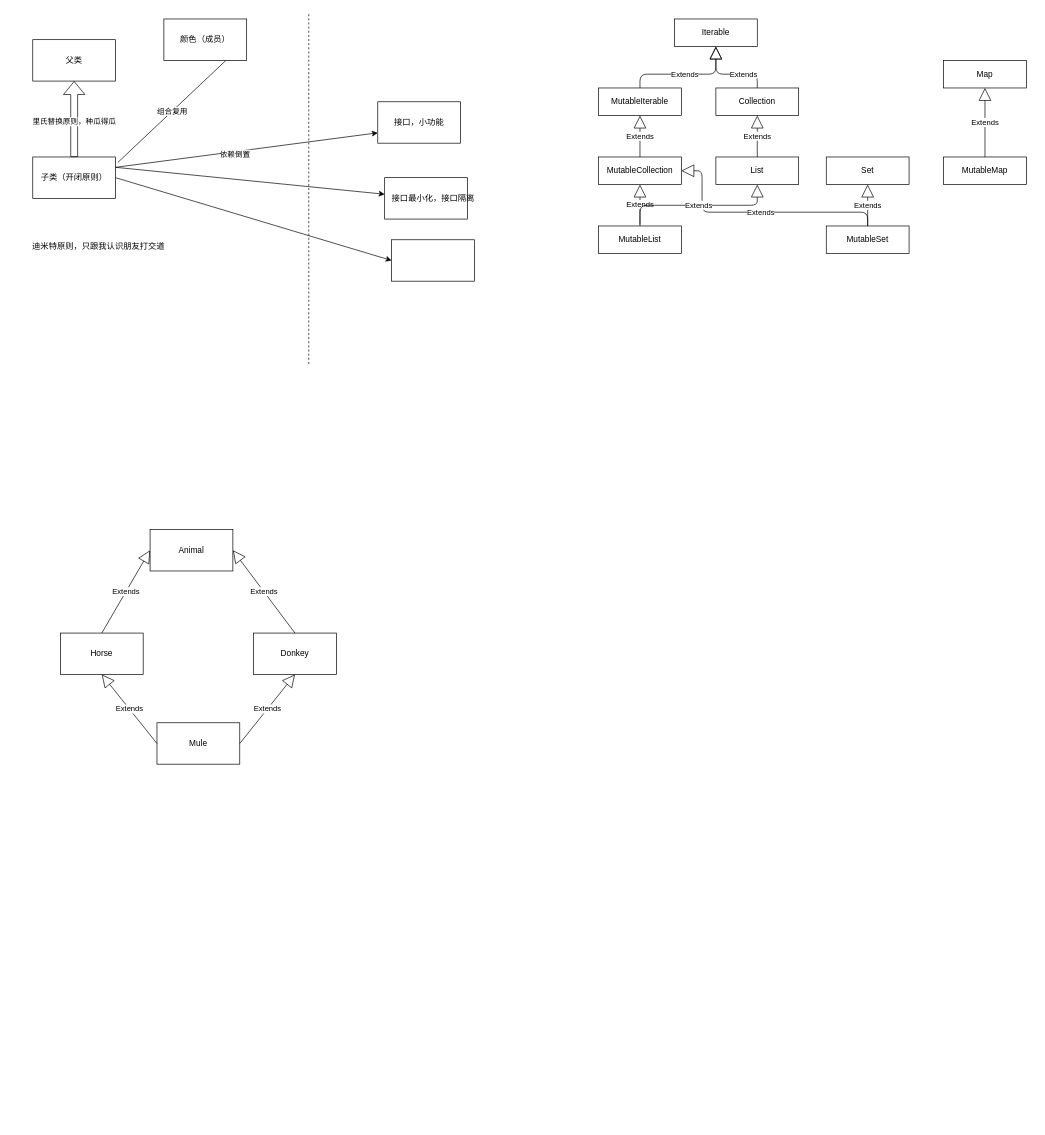
This is page "设计原则" (4 of 8) of docs/android_架构.drawio from zcwfeng/zcw_android_demo, a draw.io file, before an edit. Source tidied: cells renumbered, new cells numbered last; positions are measured from the earlier drawing's top-left corner, leaving out a move shared by most shapes. Both pictures are drawn from the tidied source at 69%, with x=0, y=0 at pixel (26, 12).
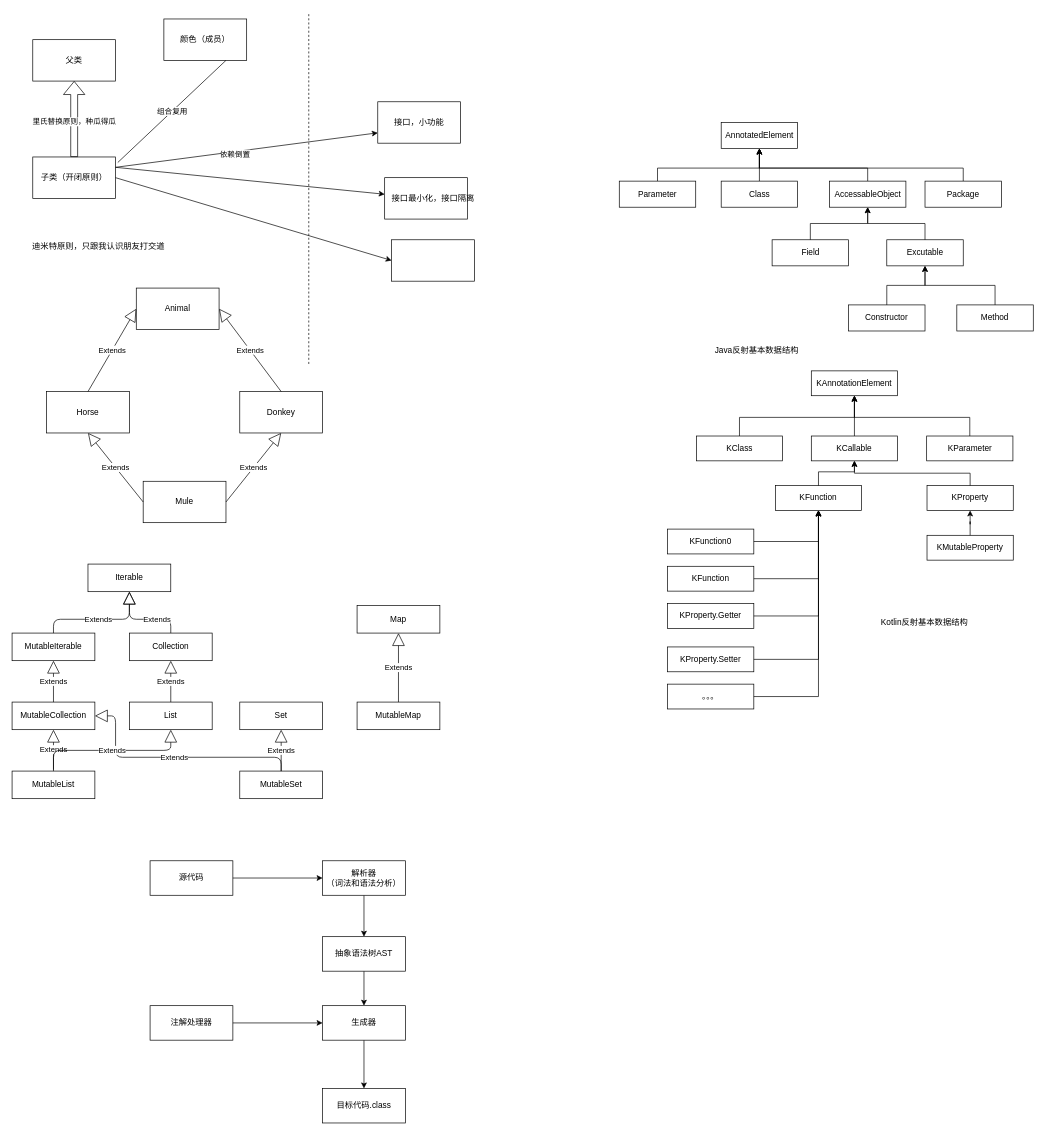
The same page after the edit.

Change to the diagram source:
```diff
@@
     <mxCell id="18" style="group;" parent="1" vertex="1">
-      <mxGeometry x="50" y="750" width="400" height="340" as="geometry" />
+      <mxGeometry x="30" y="400" width="400" height="340" as="geometry" />
     </mxCell>
@@
     <mxCell id="27" style="group;" parent="1" vertex="1">
-      <mxGeometry x="830" y="10" width="620" height="340" as="geometry" />
+      <mxGeometry x="-20" y="800" width="620" height="340" as="geometry" />
     </mxCell>
@@
+    <mxCell id="47" style="group;" parent="1" vertex="1">
+      <mxGeometry x="860" y="160" width="600" height="340" as="geometry" />
+    </mxCell>
+    <mxCell id="48" value="AnnotatedElement" style="rounded=0;whiteSpace=wrap;html=1;" parent="47" vertex="1">
+      <mxGeometry x="147.7" width="110.8" height="37.8" as="geometry" />
+    </mxCell>
+    <mxCell id="49" style="edgeStyle=orthogonalEdgeStyle;rounded=0;jettySize=auto;html=1;entryX=0.5;entryY=1;entryDx=0;entryDy=0;" parent="47" edge="1" source="50" target="48">
+      <mxGeometry relative="1" as="geometry">
+        <Array as="points">
+          <mxPoint x="55.4" y="66.1" />
+          <mxPoint x="203.1" y="66.1" />
+        </Array>
+      </mxGeometry>
+    </mxCell>
+    <mxCell id="50" value="Parameter" style="rounded=0;whiteSpace=wrap;html=1;" parent="47" vertex="1">
+      <mxGeometry y="85" width="110.8" height="37.8" as="geometry" />
+    </mxCell>
+    <mxCell id="51" value="Method" style="rounded=0;whiteSpace=wrap;html=1;" parent="47" vertex="1">
+      <mxGeometry x="489.2" y="264.4" width="110.8" height="37.8" as="geometry" />
+    </mxCell>
+    <mxCell id="52" value="Constructor" style="rounded=0;whiteSpace=wrap;html=1;" parent="47" vertex="1">
+      <mxGeometry x="332.3" y="264.4" width="110.8" height="37.8" as="geometry" />
+    </mxCell>
+    <mxCell id="53" value="Excutable" style="rounded=0;whiteSpace=wrap;html=1;" parent="47" vertex="1">
+      <mxGeometry x="387.7" y="170" width="110.8" height="37.8" as="geometry" />
+    </mxCell>
+    <mxCell id="54" style="edgeStyle=orthogonalEdgeStyle;rounded=0;jettySize=auto;html=1;entryX=0.5;entryY=1;entryDx=0;entryDy=0;" parent="47" edge="1" source="51" target="53">
+      <mxGeometry relative="1" as="geometry" />
+    </mxCell>
+    <mxCell id="55" style="edgeStyle=orthogonalEdgeStyle;rounded=0;jettySize=auto;html=1;entryX=0.5;entryY=1;entryDx=0;entryDy=0;" parent="47" edge="1" source="52" target="53">
+      <mxGeometry relative="1" as="geometry" />
+    </mxCell>
+    <mxCell id="56" value="Field" style="rounded=0;whiteSpace=wrap;html=1;" parent="47" vertex="1">
+      <mxGeometry x="221.5" y="170" width="110.8" height="37.8" as="geometry" />
+    </mxCell>
+    <mxCell id="57" style="edgeStyle=orthogonalEdgeStyle;rounded=0;jettySize=auto;html=1;entryX=0.5;entryY=1;entryDx=0;entryDy=0;" parent="47" edge="1" source="58" target="48">
+      <mxGeometry relative="1" as="geometry">
+        <Array as="points">
+          <mxPoint x="498.5" y="66.1" />
+          <mxPoint x="203.1" y="66.1" />
+        </Array>
+      </mxGeometry>
+    </mxCell>
+    <mxCell id="58" value="Package" style="rounded=0;whiteSpace=wrap;html=1;" parent="47" vertex="1">
+      <mxGeometry x="443.1" y="85" width="110.8" height="37.8" as="geometry" />
+    </mxCell>
+    <mxCell id="59" style="edgeStyle=orthogonalEdgeStyle;rounded=0;jettySize=auto;html=1;entryX=0.5;entryY=1;entryDx=0;entryDy=0;" parent="47" edge="1" source="60" target="48">
+      <mxGeometry relative="1" as="geometry">
+        <Array as="points">
+          <mxPoint x="360" y="66.1" />
+          <mxPoint x="203.1" y="66.1" />
+        </Array>
+      </mxGeometry>
+    </mxCell>
+    <mxCell id="60" value="AccessableObject" style="rounded=0;whiteSpace=wrap;html=1;" parent="47" vertex="1">
+      <mxGeometry x="304.6" y="85" width="110.8" height="37.8" as="geometry" />
+    </mxCell>
+    <mxCell id="61" style="edgeStyle=orthogonalEdgeStyle;rounded=0;jettySize=auto;html=1;entryX=0.5;entryY=1;entryDx=0;entryDy=0;" parent="47" edge="1" source="53" target="60">
+      <mxGeometry relative="1" as="geometry" />
+    </mxCell>
+    <mxCell id="62" style="edgeStyle=orthogonalEdgeStyle;rounded=0;jettySize=auto;html=1;" parent="47" edge="1" source="56" target="60">
+      <mxGeometry relative="1" as="geometry" />
+    </mxCell>
+    <mxCell id="63" style="edgeStyle=orthogonalEdgeStyle;rounded=0;jettySize=auto;html=1;entryX=0.5;entryY=1;entryDx=0;entryDy=0;" parent="47" edge="1" source="64" target="48">
+      <mxGeometry relative="1" as="geometry" />
+    </mxCell>
+    <mxCell id="64" value="Class" style="rounded=0;whiteSpace=wrap;html=1;" parent="47" vertex="1">
+      <mxGeometry x="147.7" y="85" width="110.8" height="37.8" as="geometry" />
+    </mxCell>
+    <mxCell id="65" value="Java反射基本数据结构" style="text;html=1;align=center;verticalAlign=middle;" parent="47" vertex="1">
+      <mxGeometry x="129.2" y="321.1" width="140" height="20" as="geometry" />
+    </mxCell>
+    <mxCell id="66" style="group;" parent="1" vertex="1">
+      <mxGeometry x="930" y="520" width="501" height="490" as="geometry" />
+    </mxCell>
+    <mxCell id="67" value="。。。" style="rounded=0;whiteSpace=wrap;html=1;" parent="66" vertex="1">
+      <mxGeometry y="454" width="125" height="36" as="geometry" />
+    </mxCell>
+    <mxCell id="68" value="KProperty.Setter" style="rounded=0;whiteSpace=wrap;html=1;" parent="66" vertex="1">
+      <mxGeometry y="400.1" width="125" height="36" as="geometry" />
+    </mxCell>
+    <mxCell id="69" value="KProperty.Getter" style="rounded=0;whiteSpace=wrap;html=1;" parent="66" vertex="1">
+      <mxGeometry y="337.2" width="125" height="36" as="geometry" />
+    </mxCell>
+    <mxCell id="70" value="KFunction" style="rounded=0;whiteSpace=wrap;html=1;" parent="66" vertex="1">
+      <mxGeometry y="283.2" width="125" height="36" as="geometry" />
+    </mxCell>
+    <mxCell id="71" value="KFunction0" style="rounded=0;whiteSpace=wrap;html=1;" parent="66" vertex="1">
+      <mxGeometry y="229.3" width="125" height="36" as="geometry" />
+    </mxCell>
+    <mxCell id="72" value="KMutableProperty" style="rounded=0;whiteSpace=wrap;html=1;" parent="66" vertex="1">
+      <mxGeometry x="376" y="238.3" width="125" height="36" as="geometry" />
+    </mxCell>
+    <mxCell id="73" value="KProperty" style="rounded=0;whiteSpace=wrap;html=1;" parent="66" vertex="1">
+      <mxGeometry x="376" y="166.3" width="125" height="36" as="geometry" />
+    </mxCell>
+    <mxCell id="74" style="edgeStyle=orthogonalEdgeStyle;rounded=0;jettySize=auto;html=1;entryX=0.5;entryY=1;entryDx=0;entryDy=0;" parent="66" edge="1" source="72" target="73">
+      <mxGeometry relative="1" as="geometry" />
+    </mxCell>
+    <mxCell id="75" value="KFunction" style="rounded=0;whiteSpace=wrap;html=1;" parent="66" vertex="1">
+      <mxGeometry x="156.2" y="166.3" width="125" height="36" as="geometry" />
+    </mxCell>
+    <mxCell id="76" style="edgeStyle=orthogonalEdgeStyle;rounded=0;jettySize=auto;html=1;entryX=0.5;entryY=1;entryDx=0;entryDy=0;" parent="66" edge="1" source="67" target="75">
+      <mxGeometry relative="1" as="geometry" />
+    </mxCell>
+    <mxCell id="77" style="edgeStyle=orthogonalEdgeStyle;rounded=0;jettySize=auto;html=1;entryX=0.5;entryY=1;entryDx=0;entryDy=0;" parent="66" edge="1" source="68" target="75">
+      <mxGeometry relative="1" as="geometry" />
+    </mxCell>
+    <mxCell id="78" style="edgeStyle=orthogonalEdgeStyle;rounded=0;jettySize=auto;html=1;entryX=0.5;entryY=1;entryDx=0;entryDy=0;" parent="66" edge="1" source="69" target="75">
+      <mxGeometry relative="1" as="geometry" />
+    </mxCell>
+    <mxCell id="79" style="edgeStyle=orthogonalEdgeStyle;rounded=0;jettySize=auto;html=1;entryX=0.5;entryY=1;entryDx=0;entryDy=0;" parent="66" edge="1" source="70" target="75">
+      <mxGeometry relative="1" as="geometry" />
+    </mxCell>
+    <mxCell id="80" style="edgeStyle=orthogonalEdgeStyle;rounded=0;jettySize=auto;html=1;entryX=0.5;entryY=1;entryDx=0;entryDy=0;" parent="66" edge="1" source="71" target="75">
+      <mxGeometry relative="1" as="geometry" />
+    </mxCell>
+    <mxCell id="81" value="KParameter" style="rounded=0;whiteSpace=wrap;html=1;" parent="66" vertex="1">
+      <mxGeometry x="375.5" y="94.4" width="125" height="36" as="geometry" />
+    </mxCell>
+    <mxCell id="82" value="KCallable" style="rounded=0;whiteSpace=wrap;html=1;" parent="66" vertex="1">
+      <mxGeometry x="208.3" y="94.4" width="125" height="36" as="geometry" />
+    </mxCell>
+    <mxCell id="83" style="edgeStyle=orthogonalEdgeStyle;rounded=0;jettySize=auto;html=1;" parent="66" edge="1" source="73" target="82">
+      <mxGeometry relative="1" as="geometry">
+        <Array as="points">
+          <mxPoint x="438.5" y="148.3" />
+          <mxPoint x="270.8" y="148.3" />
+        </Array>
+      </mxGeometry>
+    </mxCell>
+    <mxCell id="84" style="edgeStyle=orthogonalEdgeStyle;rounded=0;jettySize=auto;html=1;entryX=0.5;entryY=1;entryDx=0;entryDy=0;" parent="66" edge="1" source="75" target="82">
+      <mxGeometry relative="1" as="geometry" />
+    </mxCell>
+    <mxCell id="85" value="KClass" style="rounded=0;whiteSpace=wrap;html=1;" parent="66" vertex="1">
+      <mxGeometry x="41.7" y="94.4" width="125" height="36" as="geometry" />
+    </mxCell>
+    <mxCell id="86" value="KAnnotationElement" style="rounded=0;whiteSpace=wrap;html=1;" parent="66" vertex="1">
+      <mxGeometry x="208.3" width="125" height="36" as="geometry" />
+    </mxCell>
+    <mxCell id="87" style="edgeStyle=orthogonalEdgeStyle;rounded=0;jettySize=auto;html=1;entryX=0.5;entryY=1;entryDx=0;entryDy=0;" parent="66" edge="1" source="81" target="86">
+      <mxGeometry relative="1" as="geometry">
+        <Array as="points">
+          <mxPoint x="438.5" y="67.4" />
+          <mxPoint x="270.8" y="67.4" />
+        </Array>
+      </mxGeometry>
+    </mxCell>
+    <mxCell id="88" style="edgeStyle=orthogonalEdgeStyle;rounded=0;jettySize=auto;html=1;entryX=0.5;entryY=1;entryDx=0;entryDy=0;" parent="66" edge="1" source="82" target="86">
+      <mxGeometry relative="1" as="geometry" />
+    </mxCell>
+    <mxCell id="89" style="edgeStyle=orthogonalEdgeStyle;rounded=0;jettySize=auto;html=1;entryX=0.5;entryY=1;entryDx=0;entryDy=0;" parent="66" edge="1" source="85" target="86">
+      <mxGeometry relative="1" as="geometry">
+        <Array as="points">
+          <mxPoint x="104.2" y="67.4" />
+          <mxPoint x="270.8" y="67.4" />
+        </Array>
+      </mxGeometry>
+    </mxCell>
+    <mxCell id="90" value="Kotlin反射基本数据结构" style="text;html=1;align=center;verticalAlign=middle;" parent="66" vertex="1">
+      <mxGeometry x="302.1" y="355.1" width="140" height="20" as="geometry" />
+    </mxCell>
+    <mxCell id="91" style="group;" parent="1" vertex="1">
+      <mxGeometry x="180" y="1230" width="370" height="380" as="geometry" />
+    </mxCell>
+    <mxCell id="92" value="源代码" style="rounded=0;whiteSpace=wrap;html=1;" parent="91" vertex="1">
+      <mxGeometry width="120" height="50" as="geometry" />
+    </mxCell>
+    <mxCell id="93" value="目标代码.class" style="rounded=0;whiteSpace=wrap;html=1;" parent="91" vertex="1">
+      <mxGeometry x="250" y="330" width="120" height="50" as="geometry" />
+    </mxCell>
+    <mxCell id="94" value="注解处理器" style="rounded=0;whiteSpace=wrap;html=1;" parent="91" vertex="1">
+      <mxGeometry y="210" width="120" height="50" as="geometry" />
+    </mxCell>
+    <mxCell id="95" style="edgeStyle=orthogonalEdgeStyle;rounded=0;jettySize=auto;html=1;entryX=0.5;entryY=0;entryDx=0;entryDy=0;" parent="91" edge="1" source="96" target="93">
+      <mxGeometry relative="1" as="geometry" />
+    </mxCell>
+    <mxCell id="96" value="生成器" style="rounded=0;whiteSpace=wrap;html=1;" parent="91" vertex="1">
+      <mxGeometry x="250" y="210" width="120" height="50" as="geometry" />
+    </mxCell>
+    <mxCell id="97" style="edgeStyle=orthogonalEdgeStyle;rounded=0;jettySize=auto;html=1;" parent="91" edge="1" source="94" target="96">
+      <mxGeometry relative="1" as="geometry" />
+    </mxCell>
+    <mxCell id="98" style="edgeStyle=orthogonalEdgeStyle;rounded=0;jettySize=auto;html=1;entryX=0.5;entryY=0;entryDx=0;entryDy=0;" parent="91" edge="1" source="99" target="96">
+      <mxGeometry relative="1" as="geometry" />
+    </mxCell>
+    <mxCell id="99" value="抽象语法树AST" style="rounded=0;whiteSpace=wrap;html=1;" parent="91" vertex="1">
+      <mxGeometry x="250" y="110" width="120" height="50" as="geometry" />
+    </mxCell>
+    <mxCell id="100" style="edgeStyle=orthogonalEdgeStyle;rounded=0;jettySize=auto;html=1;entryX=0.5;entryY=0;entryDx=0;entryDy=0;" parent="91" edge="1" source="101" target="99">
+      <mxGeometry relative="1" as="geometry" />
+    </mxCell>
+    <mxCell id="101" value="解析器&lt;br&gt;（词法和语法分析）" style="rounded=0;whiteSpace=wrap;html=1;" parent="91" vertex="1">
+      <mxGeometry x="250" width="120" height="50" as="geometry" />
+    </mxCell>
+    <mxCell id="102" style="edgeStyle=orthogonalEdgeStyle;rounded=0;jettySize=auto;html=1;entryX=0;entryY=0.5;entryDx=0;entryDy=0;" parent="91" edge="1" source="92" target="101">
+      <mxGeometry relative="1" as="geometry" />
+    </mxCell>
```
